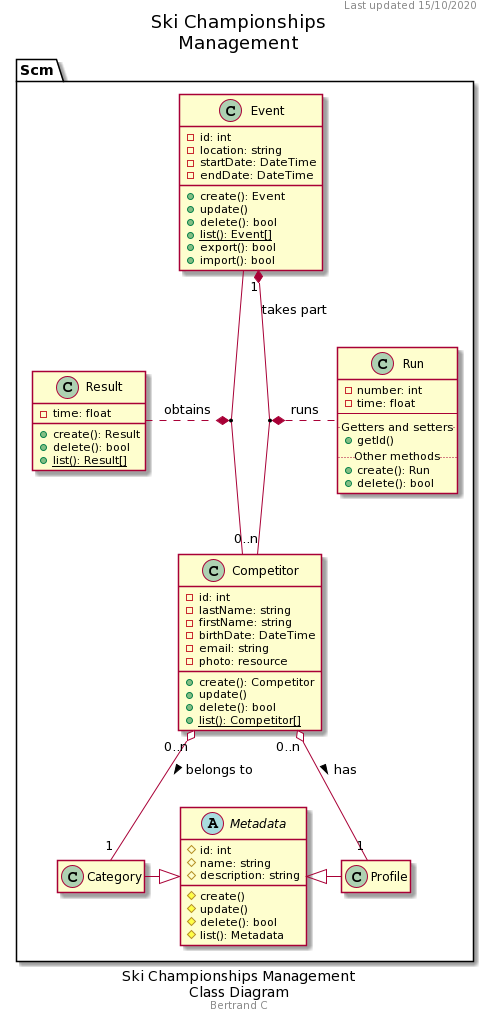
Before: docs/diagrams/out/Ski Championship Management/Ski Championships Management Class Diagram.png, a diagram exported from PlantUML (bcheronn/ski-championships-management).
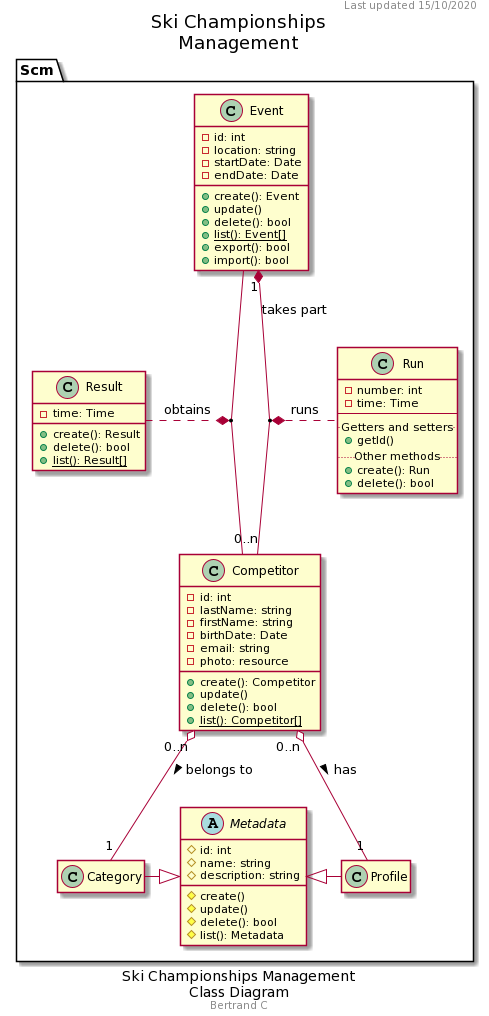
After the change.

Commit message:
Date and time updated

Diff of the diagram source:
```diff
@@ -11,8 +11,8 @@
     {
         -id: int
         -location: string
-        -startDate: DateTime
-        -endDate: DateTime
+        -startDate: Date
+        -endDate: Date
         +create(): Event
         +update()
         +delete(): bool
@@ -26,7 +26,7 @@
         -id: int
         -lastName: string
         -firstName: string
-        -birthDate: DateTime
+        -birthDate: Date
         -email: string
         -photo: resource
         +create(): Competitor
@@ -38,7 +38,7 @@
     class Run
     {
         -number: int
-        -time: float
+        -time: Time
         --
         ..Getters and setters..
         +getId()
@@ -49,7 +49,7 @@
 
     class Result
     {
-        -time: float
+        -time: Time
         +create(): Result
         +delete(): bool
         +{static}list(): Result[]
```
